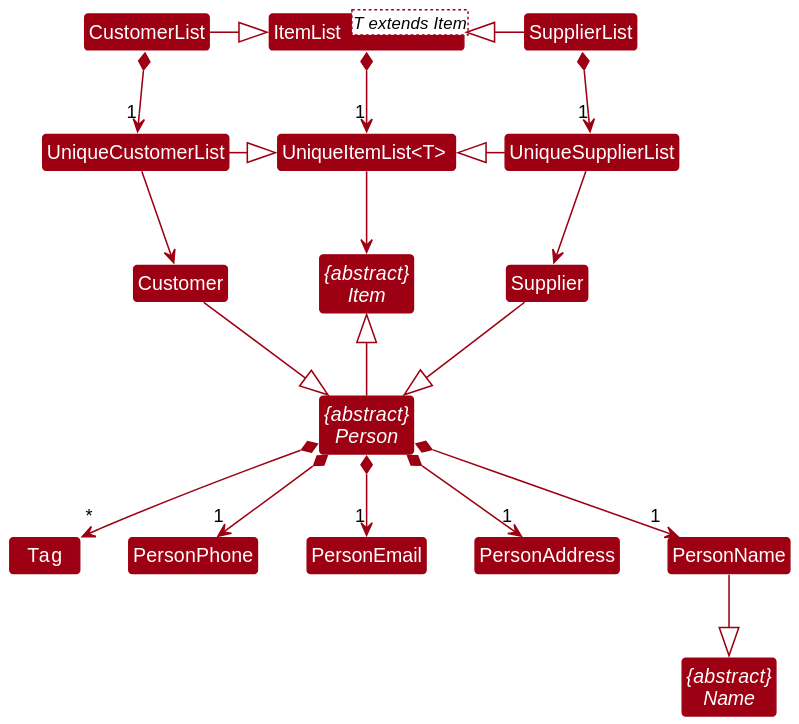
Before: docs/images/PersonClassDiagram.svg, a diagram exported from PlantUML (nus-cs2103-AY2223S2/tp).
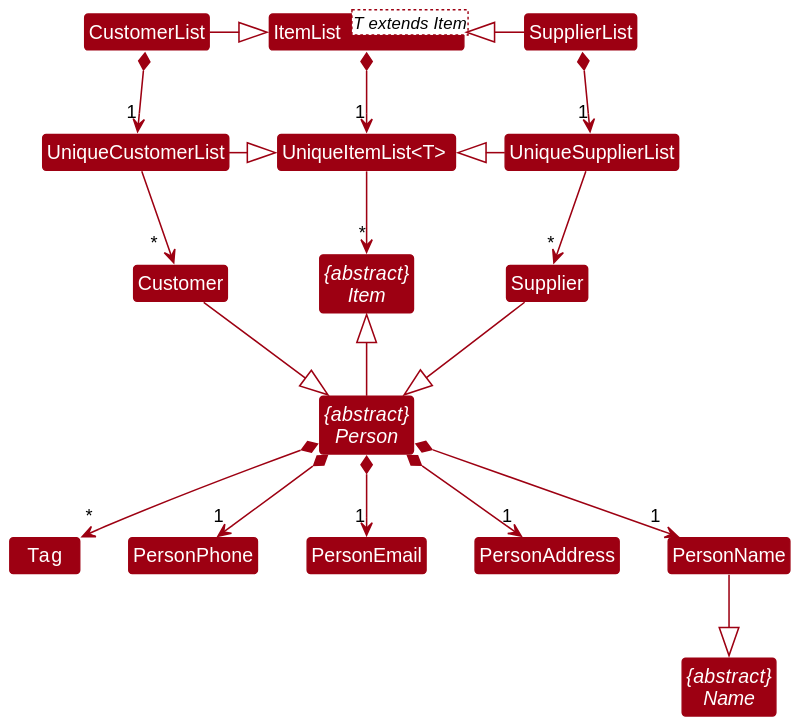
After the change.

What changed in the source:
```diff
@@ -23,14 +23,14 @@
 Class "UniqueItemList<T> " as UniqueItemList
 
 ItemList *--> "1" UniqueItemList
-UniqueItemList --> Item
+UniqueItemList --> "*" Item
 
 SupplierList *--> "1" UniqueSupplierList
-UniqueSupplierList --> Supplier
+UniqueSupplierList --> "*" Supplier
 SupplierList --l|> ItemList
 UniqueSupplierList --l|> UniqueItemList
 CustomerList *--d> "1" UniqueCustomerList
-UniqueCustomerList --d> Customer
+UniqueCustomerList --d> "             *" Customer
 CustomerList --r|> ItemList
 UniqueCustomerList --r|> UniqueItemList
 
```
